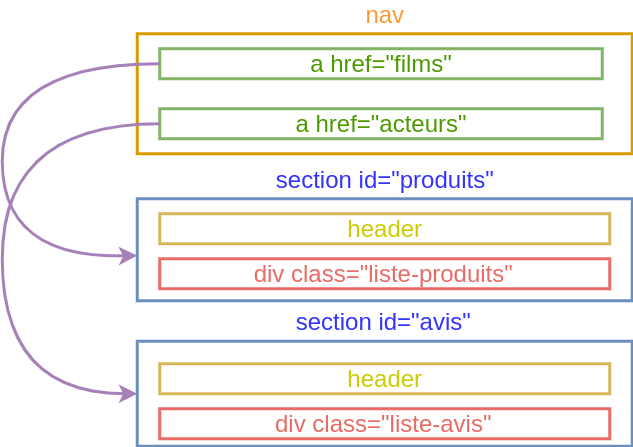
raaaahman/web-development-lessons keeps this draw.io diagram as assets/images/anchors.png. Above is the earlier version. Source tidied: cells renumbered, new cells last; positions are measured from the earlier drawing's top-left corner, leaving out a move shared by most shapes.
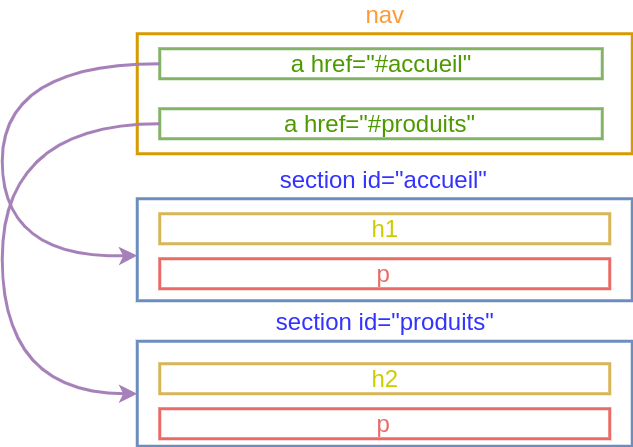
The same file after the commit.

Commit message:
Modification HTML - Structure: plus proche du design présenté

Diff of the diagram source:
```diff
@@ -5,22 +5,22 @@
     <mxCell id="2" value="nav" style="rounded=0;whiteSpace=wrap;html=1;fillColor=none;fontSize=16;strokeColor=#d79b00;labelPosition=center;verticalLabelPosition=top;align=center;verticalAlign=bottom;fontColor=#FF9933;strokeWidth=2;" parent="1" vertex="1">
       <mxGeometry x="90" width="330" height="80" as="geometry" />
     </mxCell>
-    <mxCell id="3" value="a href=&quot;films&quot;" style="rounded=0;whiteSpace=wrap;html=1;fillColor=none;fontSize=16;strokeColor=#82b366;fontColor=#4D9900;labelPosition=center;verticalLabelPosition=middle;align=center;verticalAlign=middle;strokeWidth=2;" parent="1" vertex="1">
+    <mxCell id="3" value="a href=&quot;#accueil&quot;" style="rounded=0;whiteSpace=wrap;html=1;fillColor=none;fontSize=16;strokeColor=#82b366;fontColor=#4D9900;labelPosition=center;verticalLabelPosition=middle;align=center;verticalAlign=middle;strokeWidth=2;" parent="1" vertex="1">
       <mxGeometry x="105" y="10" width="295" height="20" as="geometry" />
     </mxCell>
-    <mxCell id="4" value="a href=&quot;acteurs&quot;" style="rounded=0;whiteSpace=wrap;html=1;fillColor=none;fontSize=16;strokeColor=#82b366;fontColor=#4D9900;labelPosition=center;verticalLabelPosition=middle;align=center;verticalAlign=middle;strokeWidth=2;" parent="1" vertex="1">
+    <mxCell id="4" value="a href=&quot;#produits&quot;" style="rounded=0;whiteSpace=wrap;html=1;fillColor=none;fontSize=16;strokeColor=#82b366;fontColor=#4D9900;labelPosition=center;verticalLabelPosition=middle;align=center;verticalAlign=middle;strokeWidth=2;" parent="1" vertex="1">
       <mxGeometry x="105" y="50" width="295" height="20" as="geometry" />
     </mxCell>
-    <mxCell id="5" value="&lt;font color=&quot;#3333ff&quot;&gt;section id=&quot;produits&quot;&lt;/font&gt;" style="rounded=0;whiteSpace=wrap;html=1;fontSize=16;labelPosition=center;verticalLabelPosition=top;align=center;verticalAlign=bottom;fillColor=none;strokeColor=#6c8ebf;fontColor=#000099;strokeWidth=2;" parent="1" vertex="1">
+    <mxCell id="5" value="&lt;font color=&quot;#3333ff&quot;&gt;section id=&quot;accueil&quot;&lt;/font&gt;" style="rounded=0;whiteSpace=wrap;html=1;fontSize=16;labelPosition=center;verticalLabelPosition=top;align=center;verticalAlign=bottom;fillColor=none;strokeColor=#6c8ebf;fontColor=#000099;strokeWidth=2;" parent="1" vertex="1">
       <mxGeometry x="90" y="110" width="330" height="68" as="geometry" />
     </mxCell>
-    <mxCell id="6" value="&lt;font&gt;header&lt;/font&gt;" style="rounded=0;whiteSpace=wrap;html=1;fontSize=16;labelPosition=center;verticalLabelPosition=middle;align=center;verticalAlign=middle;fillColor=none;strokeColor=#d6b656;fontColor=#CCCC00;strokeWidth=2;" parent="1" vertex="1">
+    <mxCell id="6" value="&lt;font&gt;h1&lt;/font&gt;" style="rounded=0;whiteSpace=wrap;html=1;fontSize=16;labelPosition=center;verticalLabelPosition=middle;align=center;verticalAlign=middle;fillColor=none;strokeColor=#d6b656;fontColor=#CCCC00;strokeWidth=2;" parent="1" vertex="1">
       <mxGeometry x="105" y="120" width="300" height="20" as="geometry" />
     </mxCell>
-    <mxCell id="7" value="&lt;font color=&quot;#3333ff&quot;&gt;section id=&quot;avis&quot;&lt;/font&gt;" style="rounded=0;whiteSpace=wrap;html=1;fontSize=16;labelPosition=center;verticalLabelPosition=top;align=center;verticalAlign=bottom;fillColor=none;strokeColor=#6c8ebf;fontColor=#000099;strokeWidth=2;" parent="1" vertex="1">
+    <mxCell id="7" value="&lt;font color=&quot;#3333ff&quot;&gt;section id=&quot;produits&quot;&lt;/font&gt;" style="rounded=0;whiteSpace=wrap;html=1;fontSize=16;labelPosition=center;verticalLabelPosition=top;align=center;verticalAlign=bottom;fillColor=none;strokeColor=#6c8ebf;fontColor=#000099;strokeWidth=2;" parent="1" vertex="1">
       <mxGeometry x="90" y="205" width="330" height="70" as="geometry" />
     </mxCell>
-    <mxCell id="8" value="&lt;font&gt;header&lt;/font&gt;" style="rounded=0;whiteSpace=wrap;html=1;fontSize=16;labelPosition=center;verticalLabelPosition=middle;align=center;verticalAlign=middle;fillColor=none;strokeColor=#d6b656;fontColor=#CCCC00;strokeWidth=2;" parent="1" vertex="1">
+    <mxCell id="8" value="&lt;font&gt;h2&lt;/font&gt;" style="rounded=0;whiteSpace=wrap;html=1;fontSize=16;labelPosition=center;verticalLabelPosition=middle;align=center;verticalAlign=middle;fillColor=none;strokeColor=#d6b656;fontColor=#CCCC00;strokeWidth=2;" parent="1" vertex="1">
       <mxGeometry x="105" y="220" width="300" height="20" as="geometry" />
     </mxCell>
     <mxCell id="9" style="curved=1;endArrow=classic;html=1;fontColor=#A680B8;strokeColor=#A680B8;strokeWidth=2;" parent="1" edge="1" source="3" target="5">
@@ -39,10 +39,10 @@
         </Array>
       </mxGeometry>
     </mxCell>
-    <mxCell id="11" value="&lt;font&gt;div class=&quot;liste-produits&quot;&lt;/font&gt;" style="rounded=0;whiteSpace=wrap;html=1;fontSize=16;labelPosition=center;verticalLabelPosition=middle;align=center;verticalAlign=middle;fillColor=none;strokeColor=#EA6B66;fontColor=#EA6B66;strokeWidth=2;" parent="1" vertex="1">
+    <mxCell id="11" value="p" style="rounded=0;whiteSpace=wrap;html=1;fontSize=16;labelPosition=center;verticalLabelPosition=middle;align=center;verticalAlign=middle;fillColor=none;strokeColor=#EA6B66;fontColor=#EA6B66;strokeWidth=2;" parent="1" vertex="1">
       <mxGeometry x="105" y="150" width="300" height="20" as="geometry" />
     </mxCell>
-    <mxCell id="12" value="&lt;font&gt;div class=&quot;liste-avis&quot;&lt;/font&gt;" style="rounded=0;whiteSpace=wrap;html=1;fontSize=16;labelPosition=center;verticalLabelPosition=middle;align=center;verticalAlign=middle;fillColor=none;strokeColor=#EA6B66;fontColor=#EA6B66;strokeWidth=2;" parent="1" vertex="1">
+    <mxCell id="12" value="&lt;font&gt;p&lt;/font&gt;" style="rounded=0;whiteSpace=wrap;html=1;fontSize=16;labelPosition=center;verticalLabelPosition=middle;align=center;verticalAlign=middle;fillColor=none;strokeColor=#EA6B66;fontColor=#EA6B66;strokeWidth=2;" parent="1" vertex="1">
       <mxGeometry x="105" y="250" width="300" height="20" as="geometry" />
     </mxCell>
   </root>
```
